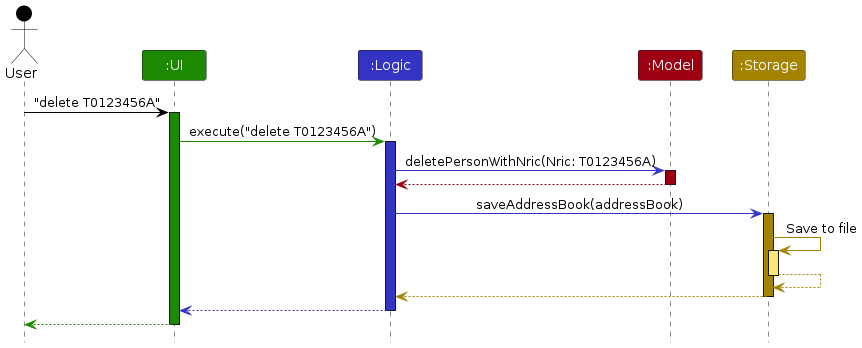
AY2324S2-CS2103T-F10-3/tp keeps this PlantUML diagram as diagrams/ArchitectureSequenceDiagram.png. Above is the earlier version. Its source is kept beside it as diagrams/ArchitectureSequenceDiagram.puml. Its diagram source:
```plantuml
@startuml
!include style.puml
skinparam ArrowFontStyle plain

Actor User as user USER_COLOR
Participant ":UI" as ui UI_COLOR
Participant ":Logic" as logic LOGIC_COLOR
Participant ":Model" as model MODEL_COLOR
Participant ":Storage" as storage STORAGE_COLOR

user -[USER_COLOR]> ui : "delete T0123456A"
activate ui UI_COLOR

ui -[UI_COLOR]> logic : execute("delete T0123456A")
activate logic LOGIC_COLOR

logic -[LOGIC_COLOR]> model : deletePersonWithNric(Nric: T0123456A)
activate model MODEL_COLOR

model -[MODEL_COLOR]-> logic
deactivate model

logic -[LOGIC_COLOR]> storage : saveAddressBook(addressBook)
activate storage STORAGE_COLOR

storage -[STORAGE_COLOR]> storage : Save to file
activate storage STORAGE_COLOR_T1
storage --[STORAGE_COLOR]> storage
deactivate storage

storage --[STORAGE_COLOR]> logic
deactivate storage

logic --[LOGIC_COLOR]> ui
deactivate logic

ui--[UI_COLOR]> user
deactivate ui
@enduml
```
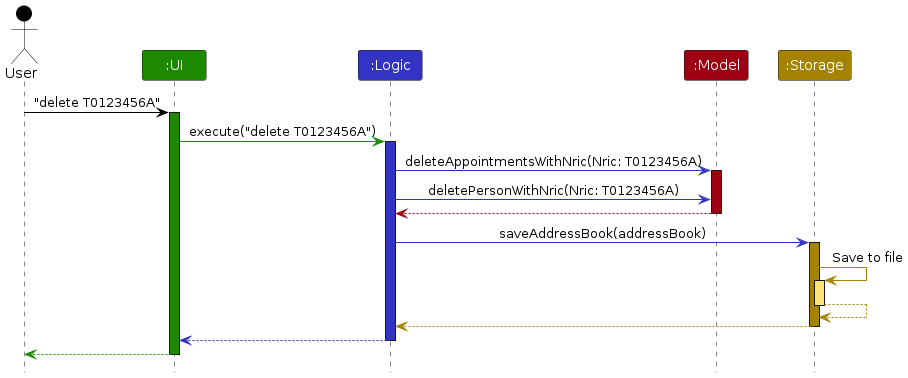
The same file after the commit.

What changed in the source:
```diff
@@ -14,8 +14,10 @@
 ui -[UI_COLOR]> logic : execute("delete T0123456A")
 activate logic LOGIC_COLOR
 
+logic -[LOGIC_COLOR]> model : deleteAppointmentsWithNric(Nric: T0123456A)
+activate model MODEL_COLOR
+
 logic -[LOGIC_COLOR]> model : deletePersonWithNric(Nric: T0123456A)
-activate model MODEL_COLOR
 
 model -[MODEL_COLOR]-> logic
 deactivate model
```
